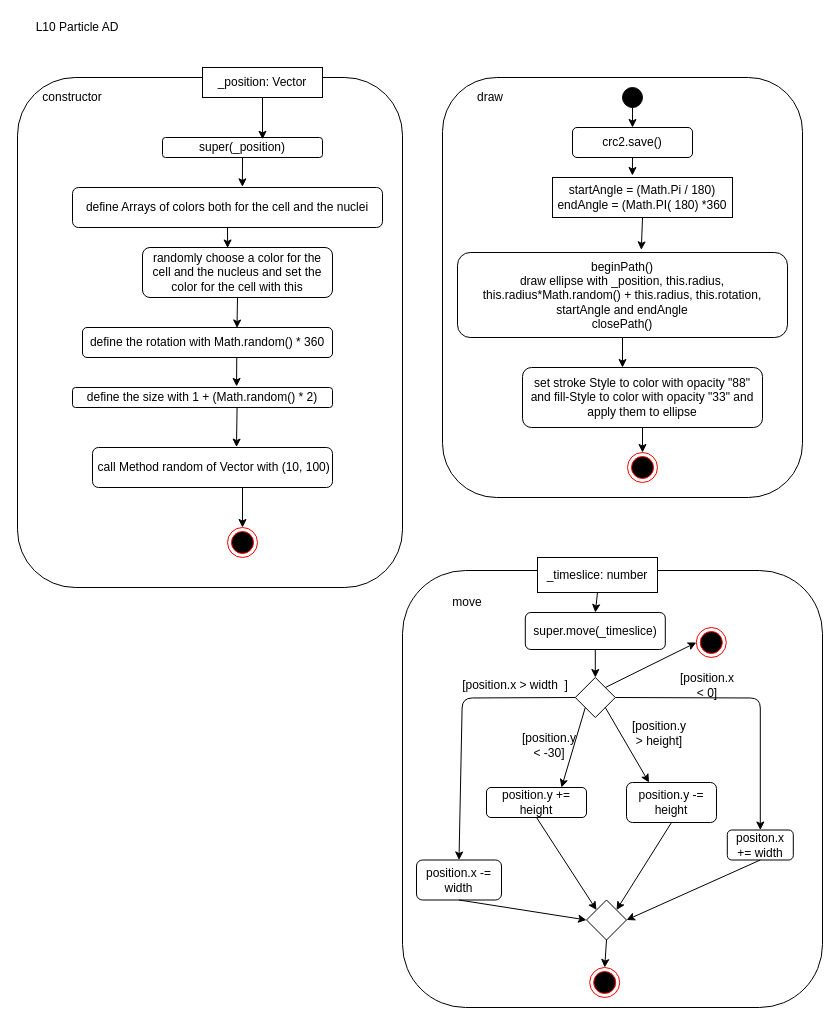
Before: page "Particle_AD" (4 of 7) of L10_Inheritance/Konzeption/L10_AD_Classes.drawio in KohlerAl/EIA2, a draw.io diagram. Source tidied: cells renumbered, new cells numbered last; positions are measured from the earlier drawing's top-left corner, leaving out a move shared by most shapes. Both pictures are drawn from the tidied source at 100%, with x=0, y=0 at pixel (17, 17).
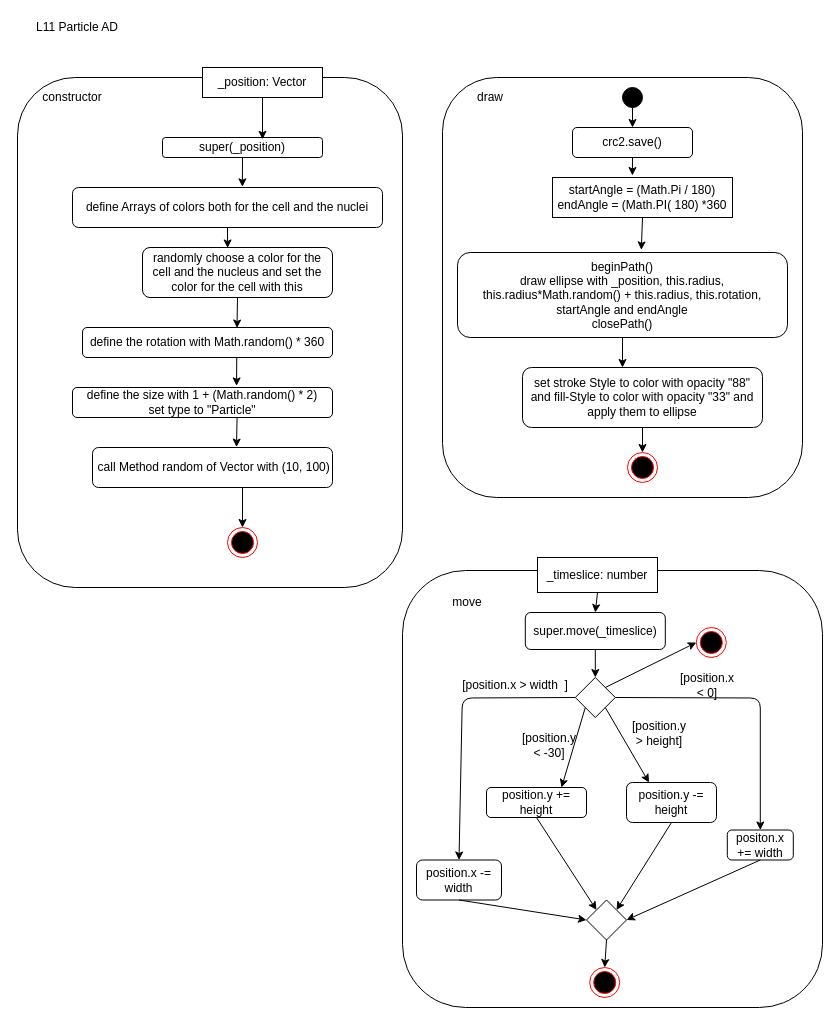
The same page after the edit.

Diff of the diagram source:
```diff
@@
-    <mxCell id="3" value="L10 Particle AD" style="text;html=1;strokeColor=none;fillColor=none;align=center;verticalAlign=middle;whiteSpace=wrap;rounded=0;" parent="1" vertex="1">
+    <mxCell id="3" value="L11 Particle AD" style="text;html=1;strokeColor=none;fillColor=none;align=center;verticalAlign=middle;whiteSpace=wrap;rounded=0;" parent="1" vertex="1">
       <mxGeometry x="15" width="90" height="20" as="geometry" />
     </mxCell>
@@
-    <mxCell id="10" value="define the size with 1 + (Math.random() * 2)" style="rounded=1;whiteSpace=wrap;html=1;" parent="1" vertex="1">
-      <mxGeometry x="55" y="370" width="260" height="20" as="geometry" />
+    <mxCell id="10" value="define the size with 1 + (Math.random() * 2)&lt;br&gt;set type to &quot;Particle&quot;" style="rounded=1;whiteSpace=wrap;html=1;" parent="1" vertex="1">
+      <mxGeometry x="55" y="370" width="260" height="30" as="geometry" />
     </mxCell>
```
